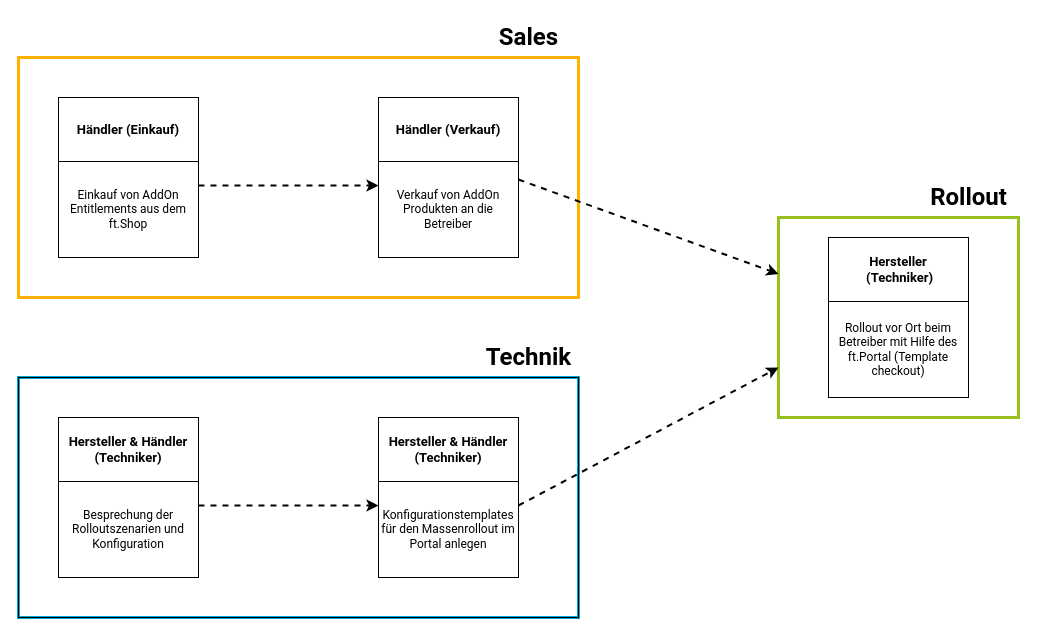
Above: for-posdealers/presentation/sales/media/rollout-vorbereitung.drawio in fiskaltrust/productdescription-de-doc (draw.io), before the change. Source tidied: cells renumbered, new cells numbered last; positions are measured from the earlier drawing's top-left corner, leaving out a move shared by most shapes. Both pictures are drawn from the tidied source at 100%, with x=0, y=0 at pixel (18, 17).
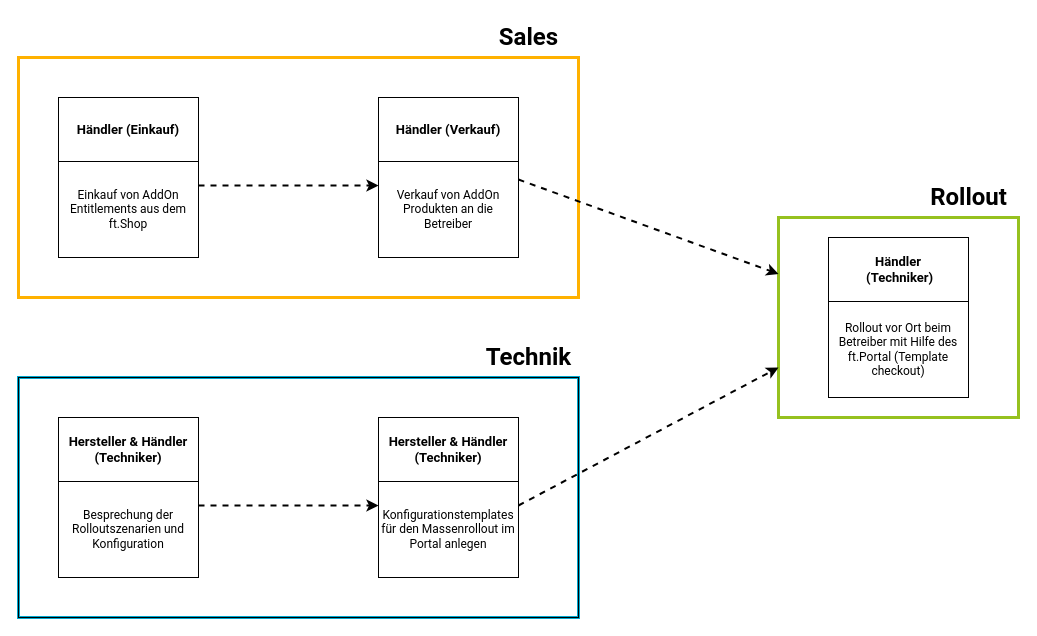
The same diagram, later.

Diff of the diagram source:
```diff
@@
-    <mxCell id="16" value="&lt;b style=&quot;font-family: &amp;#34;roboto&amp;#34; ; font-size: 13px&quot;&gt;Hersteller&lt;br&gt;&amp;nbsp;(Techniker)&lt;/b&gt;" style="rounded=0;whiteSpace=wrap;html=1;" parent="1" vertex="1">
+    <mxCell id="16" value="&lt;b style=&quot;font-family: &amp;#34;roboto&amp;#34; ; font-size: 13px&quot;&gt;Händler&lt;br&gt;&amp;nbsp;(Techniker)&lt;/b&gt;" style="rounded=0;whiteSpace=wrap;html=1;" parent="1" vertex="1">
       <mxGeometry x="810" y="220" width="140" height="64" as="geometry" />
     </mxCell>
```
